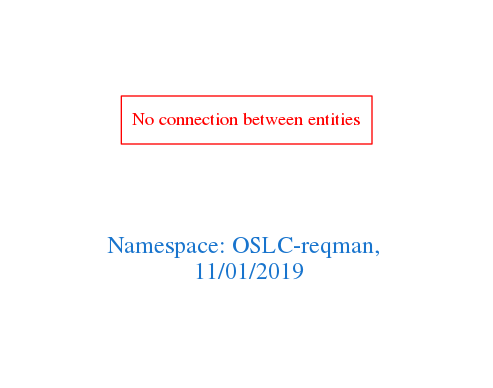
This is downloads/OSLC-reqman.png from arago/OGIT, a Graphviz export, as it was before one commit. Its source is kept beside it as downloads/OSLC-reqman.dot.
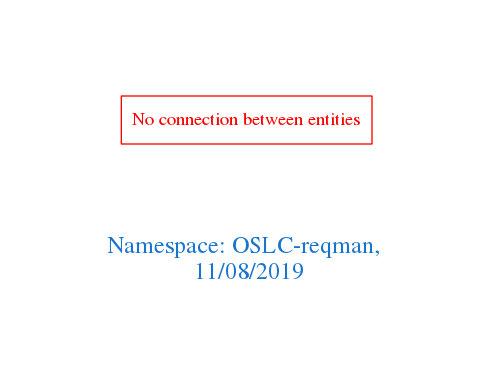
After the commit.

Change to the diagram source:
```diff
@@ -1,7 +1,7 @@
 digraph OGIT_ontology {
  graph [ rankdir= LR,pad=1
 fontsize = 18,
-fontcolor= dodgerblue3,label = "\n\n\nNamespace: OSLC-reqman, \n 11/01/2019"];
+fontcolor= dodgerblue3,label = "\n\n\nNamespace: OSLC-reqman, \n 11/08/2019"];
 node[shape=polygon];
 edge [  color="gray81"];
 
```
